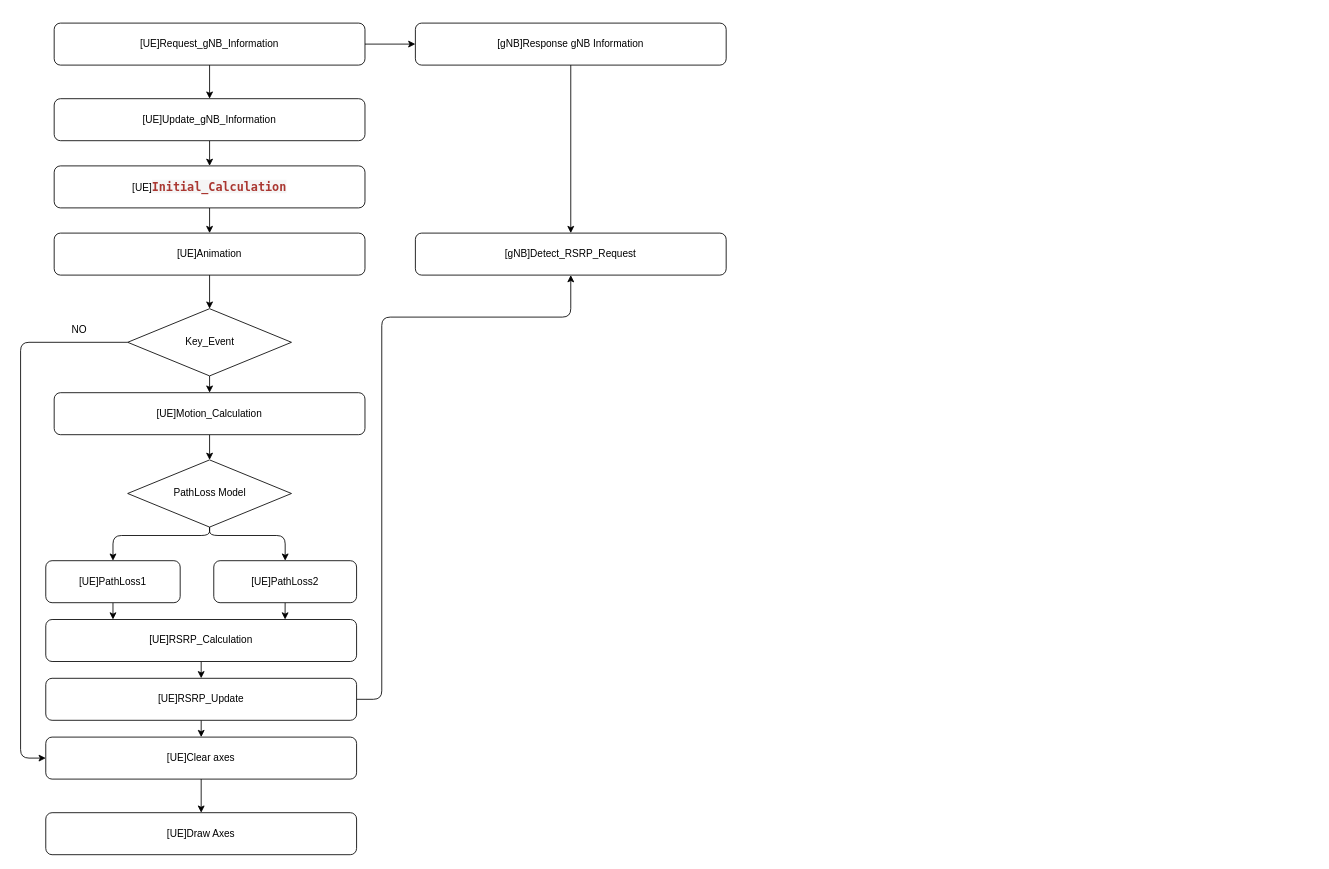
The draw.io diagram page "Flow Chart" (2 of 2) of Images/RSRP_Detection.drawio in TsaiChuWang/Cloud-RAN-Simulation-Electronic-Fence-Based-on-NFV, before the edit. Source tidied: cells renumbered, new cells numbered last; positions are measured from the earlier drawing's top-left corner, leaving out a move shared by most shapes. Both pictures are drawn from the tidied source at 84%, with x=0, y=0 at pixel (20, 23).
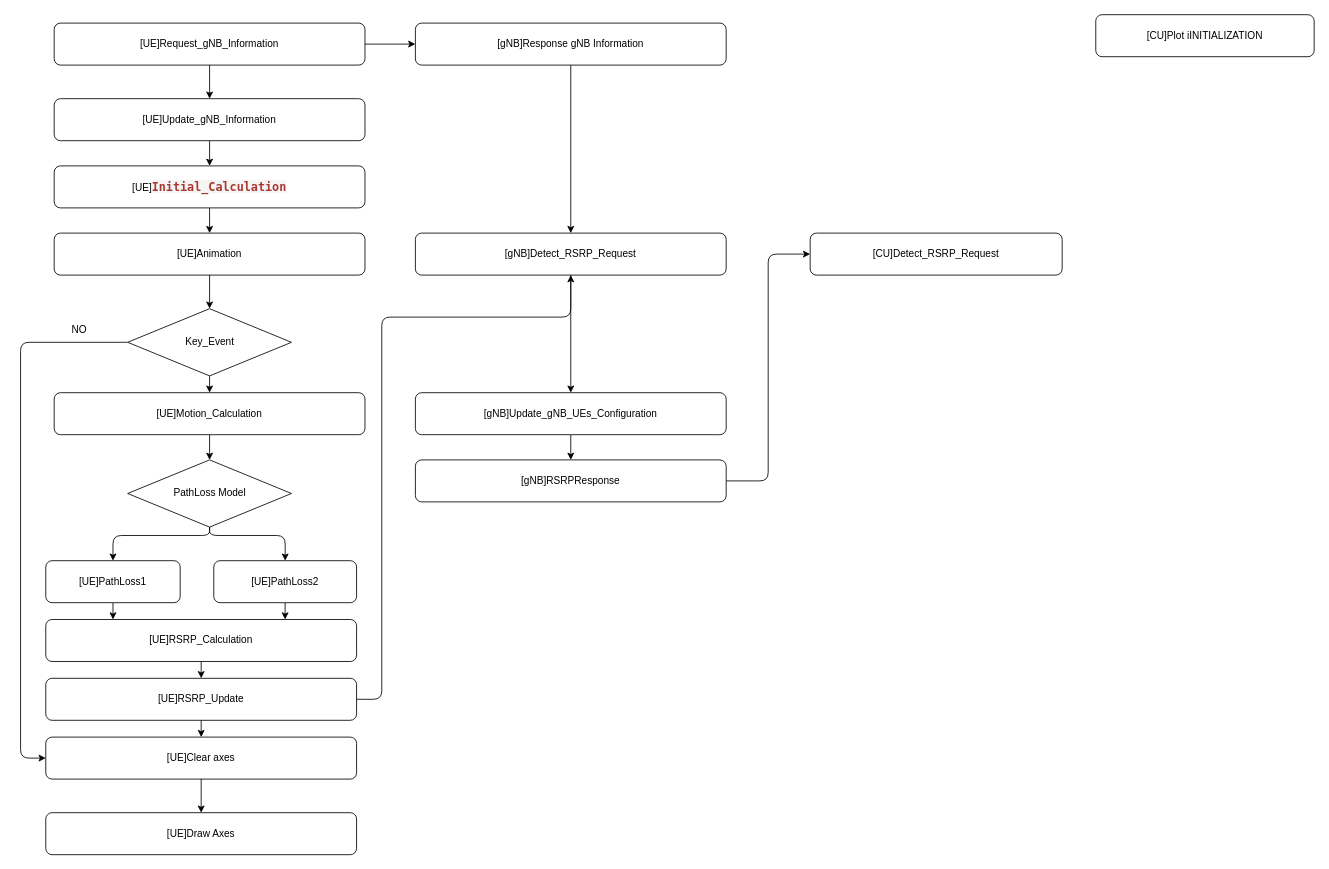
The same diagram, later.

The change refers to these unchanged cells:
```xml
<mxCell id="34" value="[gNB]Detect_RSRP_Request" style="rounded=1;whiteSpace=wrap;html=1;" parent="1" vertex="1">
  <mxGeometry x="470" y="250" width="370" height="50" as="geometry" />
</mxCell>
```

Change to the diagram source:
```diff
@@
+    <mxCell id="35" style="edgeStyle=none;html=1;" parent="1" edge="1" source="34" target="39">
+      <mxGeometry relative="1" as="geometry" />
+    </mxCell>
@@
+    <mxCell id="36" value="[CU]Detect_RSRP_Request" style="rounded=1;whiteSpace=wrap;html=1;" parent="1" vertex="1">
+      <mxGeometry x="940" y="250" width="300" height="50" as="geometry" />
+    </mxCell>
+    <mxCell id="37" value="[CU]Plot iINITIALIZATION" style="rounded=1;whiteSpace=wrap;html=1;" parent="1" vertex="1">
+      <mxGeometry x="1280" y="-10" width="260" height="50" as="geometry" />
+    </mxCell>
+    <mxCell id="38" style="edgeStyle=none;html=1;" parent="1" edge="1" source="39" target="41">
+      <mxGeometry relative="1" as="geometry" />
+    </mxCell>
+    <mxCell id="39" value="[gNB]Update_gNB_UEs_Configuration" style="rounded=1;whiteSpace=wrap;html=1;" parent="1" vertex="1">
+      <mxGeometry x="470" y="440" width="370" height="50" as="geometry" />
+    </mxCell>
+    <mxCell id="40" style="edgeStyle=none;html=1;entryX=0;entryY=0.5;entryDx=0;entryDy=0;exitX=1;exitY=0.5;exitDx=0;exitDy=0;" parent="1" edge="1" source="41" target="36">
+      <mxGeometry relative="1" as="geometry">
+        <Array as="points">
+          <mxPoint x="890" y="545" />
+          <mxPoint x="890" y="275" />
+        </Array>
+      </mxGeometry>
+    </mxCell>
+    <mxCell id="41" value="[gNB]RSRPResponse" style="rounded=1;whiteSpace=wrap;html=1;" parent="1" vertex="1">
+      <mxGeometry x="470" y="520" width="370" height="50" as="geometry" />
+    </mxCell>
```
